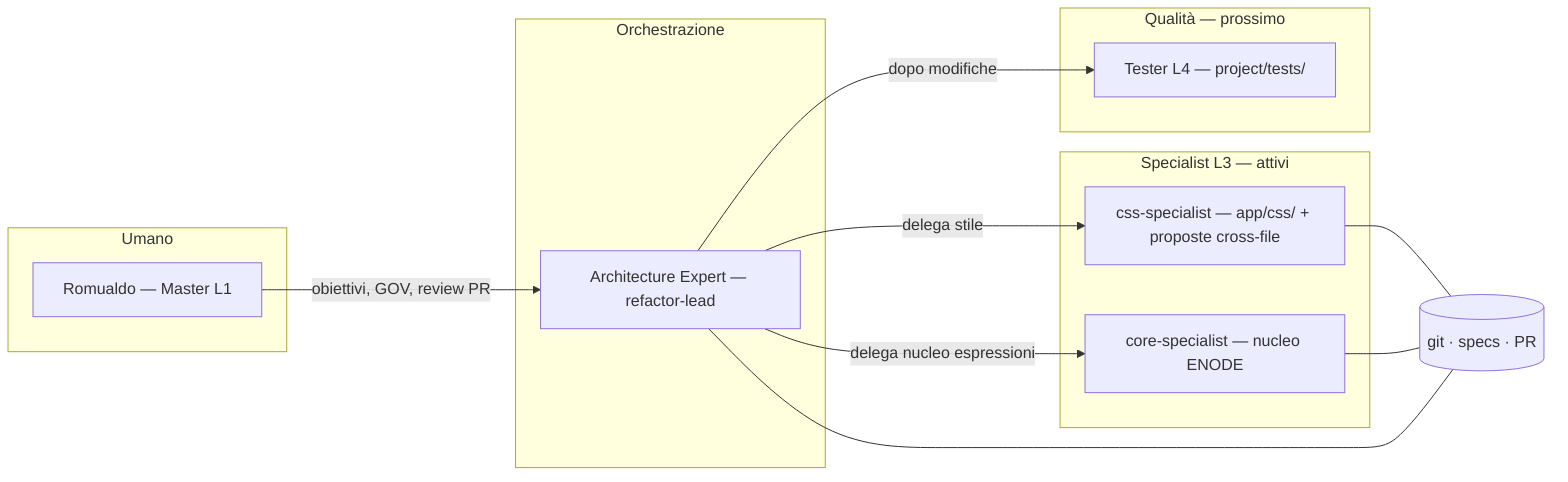
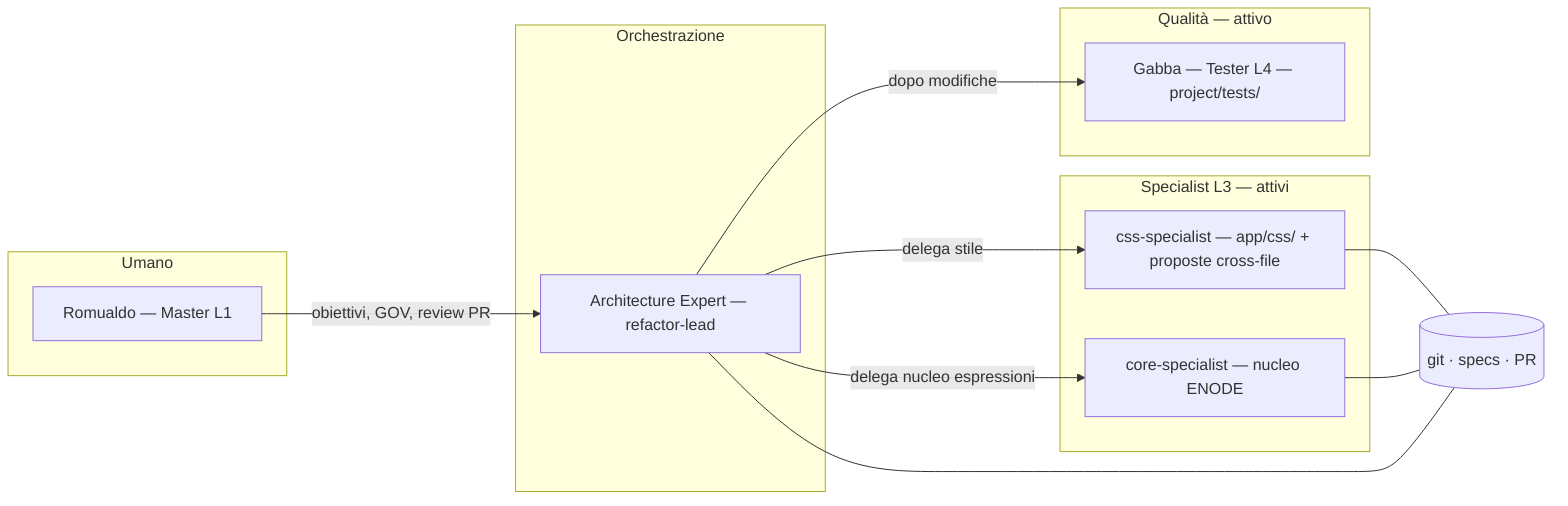
flowchart LR
  subgraph umano [Umano]
    R["Romualdo — Master L1"]
  end

  subgraph orchestrazione [Orchestrazione]
    AR["Architecture Expert — refactor-lead"]
  end

  subgraph specialisti [Specialist L3 — attivi]
    CSS["css-specialist — app/css/ + proposte cross-file"]
    CORE["core-specialist — nucleo ENODE"]
  end

-   subgraph qualita [Qualità — prossimo]
-     T["Tester L4 — project/tests/"]
+   subgraph qualita [Qualità — attivo]
+     T["Gabba — Tester L4 — project/tests/"]
  end

  R -->|"obiettivi, GOV, review PR"| AR
  AR -->|"delega stile"| CSS
  AR -->|"delega nucleo espressioni"| CORE
  AR -->|"dopo modifiche"| T
  CSS --- Git[("git · specs · PR")]
  CORE --- Git
  AR --- Git
